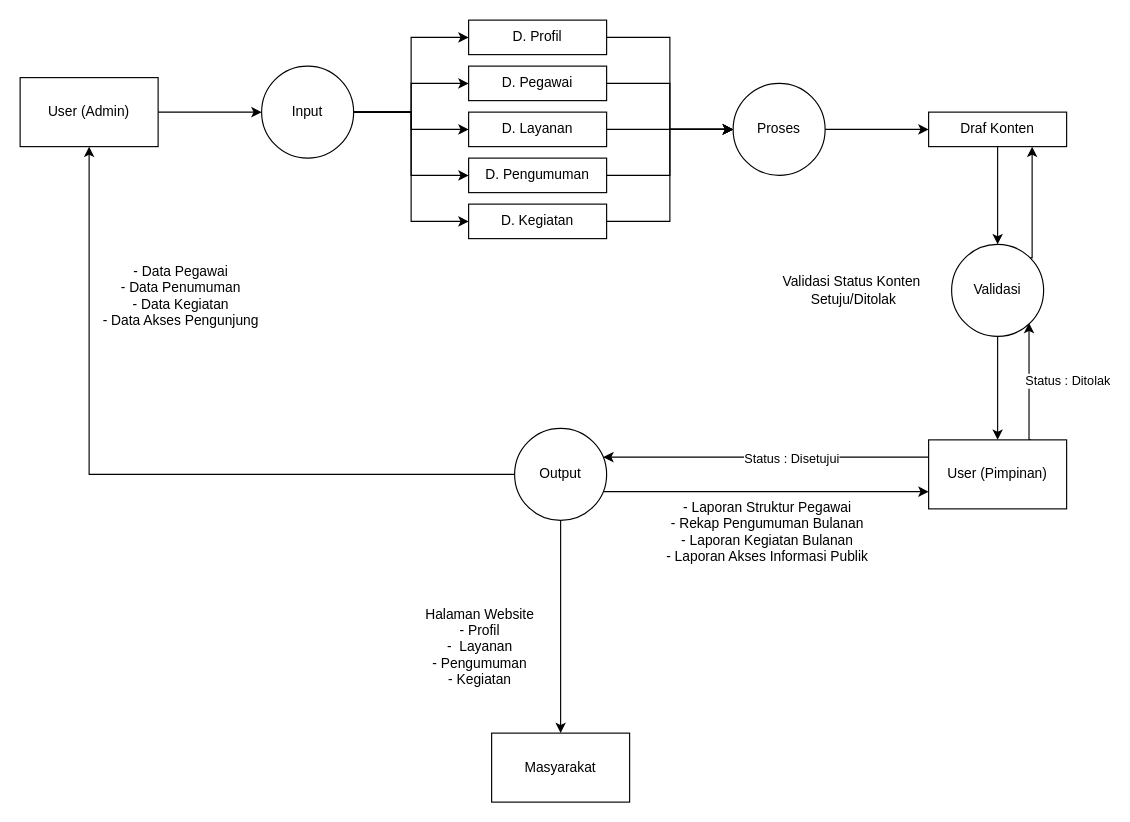
The draw.io diagram dfd.drawio in febrilasucia/Sistem-Informasi-CKN-Suliki, before the edit. Source tidied: cells renumbered, new cells numbered last; positions are measured from the earlier drawing's top-left corner, leaving out a move shared by most shapes. Both pictures are drawn from the tidied source at 115%, with x=0, y=0 at pixel (20, 20).
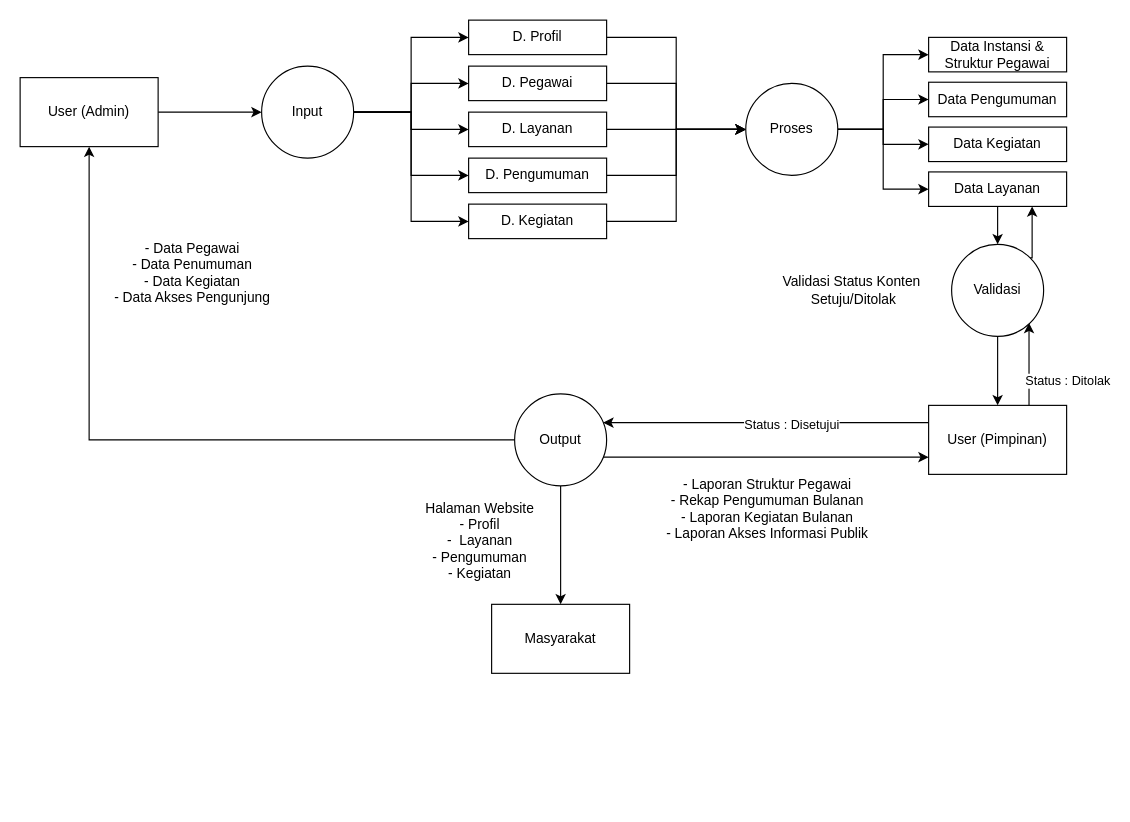
The same diagram, later.

Change to the diagram source:
```diff
@@
     <mxCell id="4" style="edgeStyle=orthogonalEdgeStyle;rounded=0;jettySize=auto;html=1;exitX=0;exitY=0.25;exitDx=0;exitDy=0;" parent="1" edge="1" source="8" target="31">
       <mxGeometry relative="1" as="geometry">
         <Array as="points">
-          <mxPoint x="570" y="380" />
-          <mxPoint x="570" y="380" />
+          <mxPoint x="570" y="350" />
+          <mxPoint x="570" y="350" />
         </Array>
       </mxGeometry>
     </mxCell>
@@
     <mxCell id="8" value="User (Pimpinan)" style="rounded=0;whiteSpace=wrap;html=1;" parent="1" vertex="1">
-      <mxGeometry x="790" y="365" width="120" height="60" as="geometry" />
+      <mxGeometry x="790" y="335" width="120" height="60" as="geometry" />
     </mxCell>
     <mxCell id="9" value="Masyarakat" style="rounded=0;whiteSpace=wrap;html=1;" parent="1" vertex="1">
-      <mxGeometry x="410" y="620" width="120" height="60" as="geometry" />
+      <mxGeometry x="410" y="508" width="120" height="60" as="geometry" />
     </mxCell>
@@
+    <mxCell id="41" style="edgeStyle=orthogonalEdgeStyle;rounded=0;jettySize=auto;html=1;entryX=0;entryY=0.5;entryDx=0;entryDy=0;" parent="1" edge="1" source="27" target="44">
+      <mxGeometry relative="1" as="geometry" />
+    </mxCell>
+    <mxCell id="42" style="edgeStyle=orthogonalEdgeStyle;rounded=0;jettySize=auto;html=1;entryX=0;entryY=0.5;entryDx=0;entryDy=0;" parent="1" edge="1" source="27" target="45">
+      <mxGeometry relative="1" as="geometry" />
+    </mxCell>
+    <mxCell id="43" style="edgeStyle=orthogonalEdgeStyle;rounded=0;jettySize=auto;html=1;entryX=0;entryY=0.5;entryDx=0;entryDy=0;" parent="1" edge="1" source="27" target="46">
+      <mxGeometry relative="1" as="geometry" />
+    </mxCell>
-    <mxCell id="26" style="edgeStyle=orthogonalEdgeStyle;rounded=0;jettySize=auto;html=1;" parent="1" edge="1" source="27" target="34">
+    <mxCell id="26" style="edgeStyle=orthogonalEdgeStyle;rounded=0;jettySize=auto;html=1;entryX=0;entryY=0.5;entryDx=0;entryDy=0;" parent="1" edge="1" source="27" target="34">
       <mxGeometry relative="1" as="geometry" />
     </mxCell>
     <mxCell id="27" value="Proses" style="ellipse;whiteSpace=wrap;html=1;" parent="1" vertex="1">
-      <mxGeometry x="620" y="55" width="80" height="80" as="geometry" />
+      <mxGeometry x="631" y="55" width="80" height="80" as="geometry" />
     </mxCell>
@@
     <mxCell id="30" style="edgeStyle=orthogonalEdgeStyle;rounded=0;jettySize=auto;html=1;entryX=0;entryY=0.75;entryDx=0;entryDy=0;" parent="1" edge="1" source="31" target="8">
       <mxGeometry relative="1" as="geometry">
         <Array as="points">
-          <mxPoint x="590" y="410" />
-          <mxPoint x="590" y="410" />
+          <mxPoint x="590" y="380" />
+          <mxPoint x="590" y="380" />
         </Array>
       </mxGeometry>
     </mxCell>
     <mxCell id="31" value="Output" style="ellipse;whiteSpace=wrap;html=1;" parent="1" vertex="1">
-      <mxGeometry x="430" y="355" width="80" height="80" as="geometry" />
+      <mxGeometry x="430" y="325" width="80" height="80" as="geometry" />
     </mxCell>
@@
-    <mxCell id="34" value="Draf Konten" style="whiteSpace=wrap;html=1;" parent="1" vertex="1">
-      <mxGeometry x="790" y="80" width="120" height="30" as="geometry" />
+    <mxCell id="34" value="Data Layanan" style="whiteSpace=wrap;html=1;" parent="1" vertex="1">
+      <mxGeometry x="790" y="132" width="120" height="30" as="geometry" />
     </mxCell>
@@
     <mxCell id="38" value="- Laporan Struktur Pegawai&lt;div&gt;- Rekap Pengumuman Bulanan&lt;/div&gt;&lt;div&gt;- Laporan Kegiatan Bulanan&lt;/div&gt;&lt;div&gt;- Laporan Akses Informasi Publik&lt;/div&gt;" style="text;html=1;whiteSpace=wrap;strokeColor=none;fillColor=none;align=center;verticalAlign=middle;rounded=0;" parent="1" vertex="1">
-      <mxGeometry x="550" y="410" width="200" height="70" as="geometry" />
+      <mxGeometry x="550" y="390" width="200" height="70" as="geometry" />
     </mxCell>
     <mxCell id="39" value="- Data Pegawai&lt;div&gt;- Data Penumuman&lt;/div&gt;&lt;div&gt;- Data Kegiatan&lt;/div&gt;&lt;div&gt;- Data Akses Pengunjung&lt;/div&gt;" style="text;html=1;whiteSpace=wrap;strokeColor=none;fillColor=none;align=center;verticalAlign=middle;rounded=0;" parent="1" vertex="1">
-      <mxGeometry x="60" y="205" width="160" height="70" as="geometry" />
+      <mxGeometry x="70" y="185" width="160" height="70" as="geometry" />
     </mxCell>
     <mxCell id="40" value="Halaman Website&lt;div&gt;- Profil&lt;/div&gt;&lt;div&gt;-&amp;nbsp; Layanan&lt;/div&gt;&lt;div&gt;- Pengumuman&lt;/div&gt;&lt;div&gt;- Kegiatan&lt;/div&gt;" style="text;html=1;whiteSpace=wrap;strokeColor=none;fillColor=none;align=center;verticalAlign=middle;rounded=0;" parent="1" vertex="1">
-      <mxGeometry x="340" y="500" width="120" height="90" as="geometry" />
+      <mxGeometry x="340" y="408" width="120" height="90" as="geometry" />
     </mxCell>
+    <mxCell id="44" value="Data Instansi &amp;amp; Struktur Pegawai" style="whiteSpace=wrap;html=1;" parent="1" vertex="1">
+      <mxGeometry x="790" y="15" width="120" height="30" as="geometry" />
+    </mxCell>
+    <mxCell id="45" value="Data Pengumuman" style="whiteSpace=wrap;html=1;" parent="1" vertex="1">
+      <mxGeometry x="790" y="54" width="120" height="30" as="geometry" />
+    </mxCell>
+    <mxCell id="46" value="Data Kegiatan" style="whiteSpace=wrap;html=1;" parent="1" vertex="1">
+      <mxGeometry x="790" y="93" width="120" height="30" as="geometry" />
+    </mxCell>
```
